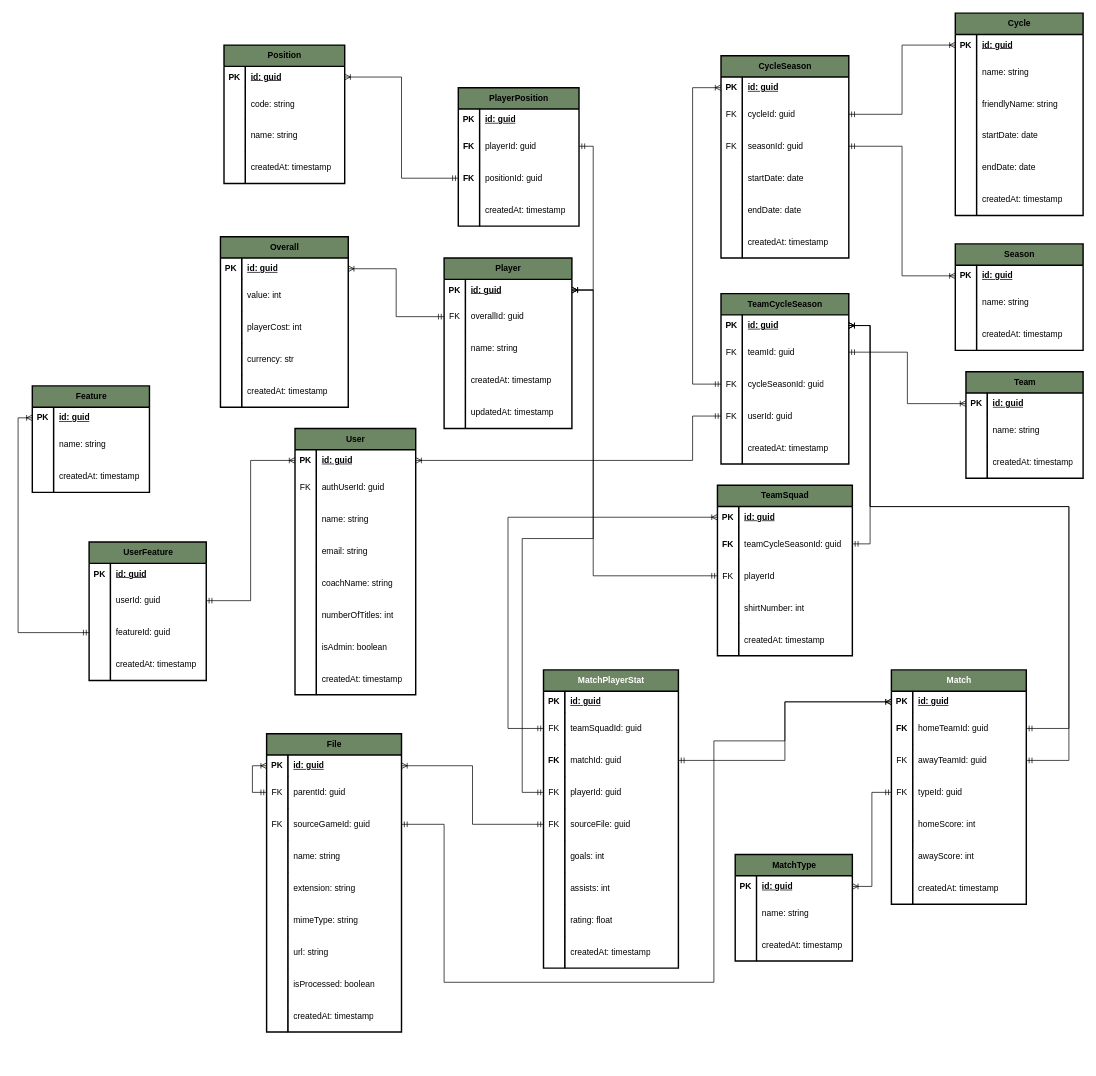
Earlier version of the draw.io diagram database/Database-Diagram.drawio (LucasLeocardo/fifa-league-app). Source tidied: cells renumbered, new cells numbered last; positions are measured from the earlier drawing's top-left corner, leaving out a move shared by most shapes. Both pictures are drawn from the tidied source at 71%, with x=0, y=0 at pixel (32, 13).
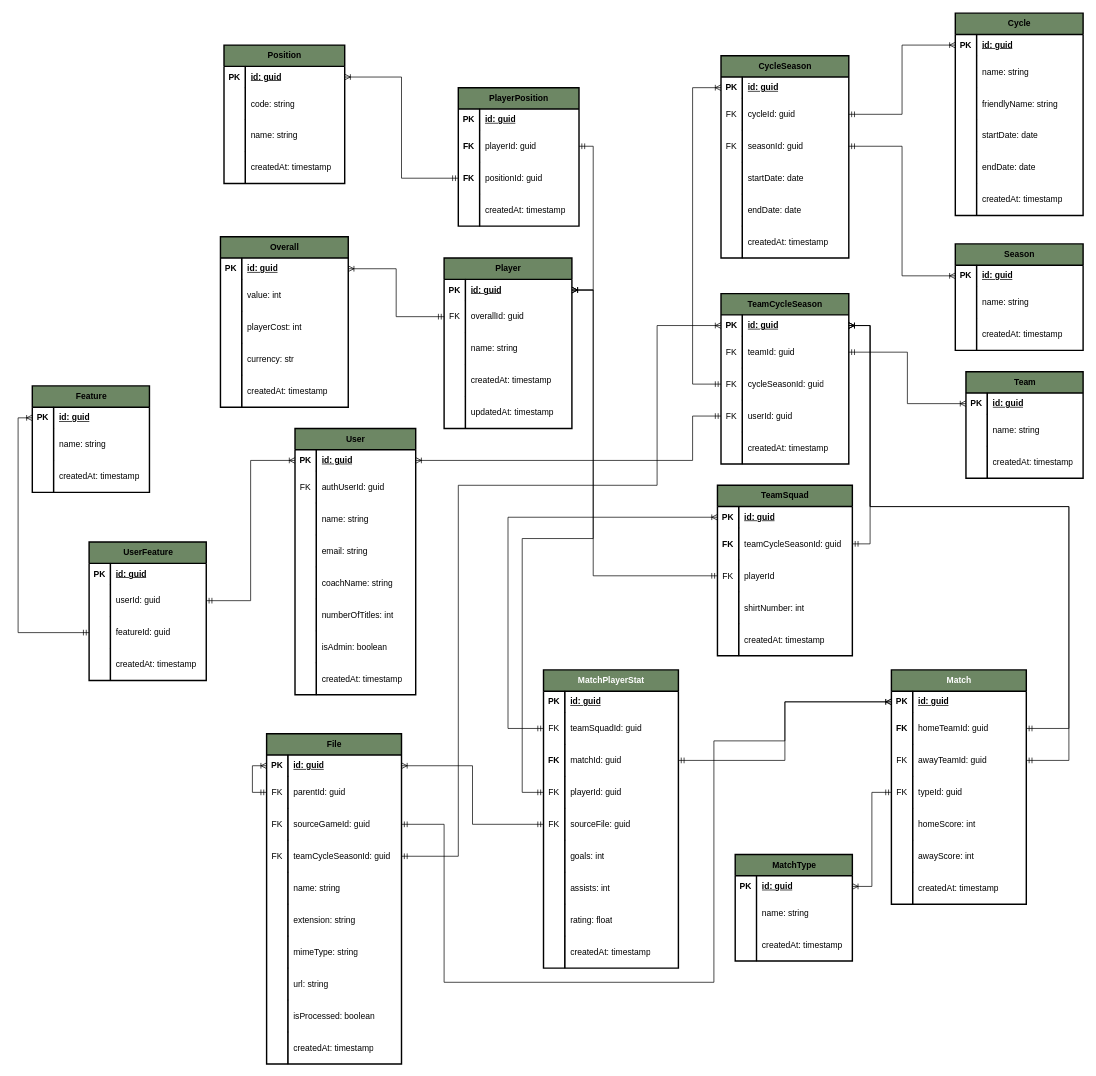
The same diagram, later.

Commit message (it also covers changes not shown here):
Changing database

Unchanged cells that the change refers to:
```xml
<mxCell id="164" style="shape=tableRow;horizontal=0;startSize=0;swimlaneHead=0;swimlaneBody=0;points=[[0,0.5],[1,0.5]];portConstraint=eastwest;bottom=0;fillColor=none;left=0;right=0;top=0;" parent="163" vertex="1">
  <mxGeometry y="30" width="180" height="30" as="geometry" />
</mxCell>
```

The edit, as a diff of the source:
```diff
@@
     <mxCell id="236" value="&lt;font style=&quot;color: light-dark(rgb(0, 0, 0), rgb(255, 255, 255));&quot;&gt;File&lt;/font&gt;" style="shape=table;startSize=30;childLayout=tableLayout;fontStyle=1;align=center;html=1;fillColor=light-dark(#6D8764,#718769);fontColor=#333333;rowLines=0;strokeColor=light-dark(#000000,#959595);strokeWidth=2;" parent="1" vertex="1">
-      <mxGeometry x="330" y="1015" width="190" height="420" as="geometry" />
+      <mxGeometry x="330" y="1015" width="190" height="465" as="geometry" />
     </mxCell>
@@
+    <mxCell id="307" style="shape=tableRow;horizontal=0;startSize=0;swimlaneHead=0;swimlaneBody=0;points=[[0,0.5],[1,0.5]];portConstraint=eastwest;fontStyle=0;bottom=0;fillColor=none;left=0;right=0;top=0;" parent="236" vertex="1">
+      <mxGeometry y="150" width="190" height="45" as="geometry" />
+    </mxCell>
+    <mxCell id="308" value="&lt;span style=&quot;font-weight: normal;&quot;&gt;FK&lt;/span&gt;" style="shape=partialRectangle;fontStyle=1;overflow=hidden;whiteSpace=wrap;html=1;bottom=0;fillColor=none;left=0;right=1;strokeColor=inherit;top=0;" parent="307" vertex="1">
+      <mxGeometry width="30" height="45" as="geometry" />
+    </mxCell>
+    <mxCell id="309" value="&lt;span style=&quot;font-weight: normal;&quot;&gt;teamCycleSeasonId: guid&lt;/span&gt;" style="shape=partialRectangle;align=left;spacingLeft=6;fontStyle=1;overflow=hidden;whiteSpace=wrap;html=1;shadow=0;bottom=0;fillColor=none;left=0;right=0;top=0;" parent="307" vertex="1">
+      <mxGeometry x="30" width="160" height="45" as="geometry" />
+    </mxCell>
     <mxCell id="246" style="shape=tableRow;horizontal=0;startSize=0;swimlaneHead=0;swimlaneBody=0;fontStyle=0;bottom=0;fillColor=none;left=0;right=0;top=0;" parent="236" vertex="1">
-      <mxGeometry y="150" width="190" height="45" as="geometry" />
+      <mxGeometry y="195" width="190" height="45" as="geometry" />
     </mxCell>
@@
     <mxCell id="249" style="shape=tableRow;horizontal=0;startSize=0;swimlaneHead=0;swimlaneBody=0;fontStyle=0;bottom=0;fillColor=none;left=0;right=0;top=0;" parent="236" vertex="1">
-      <mxGeometry y="195" width="190" height="45" as="geometry" />
+      <mxGeometry y="240" width="190" height="45" as="geometry" />
     </mxCell>
@@
     <mxCell id="252" style="shape=tableRow;horizontal=0;startSize=0;swimlaneHead=0;swimlaneBody=0;fontStyle=0;bottom=0;fillColor=none;left=0;right=0;top=0;" parent="236" vertex="1">
-      <mxGeometry y="240" width="190" height="45" as="geometry" />
+      <mxGeometry y="285" width="190" height="45" as="geometry" />
     </mxCell>
@@
     <mxCell id="255" style="shape=tableRow;horizontal=0;startSize=0;swimlaneHead=0;swimlaneBody=0;fontStyle=0;bottom=0;fillColor=none;left=0;right=0;top=0;" parent="236" vertex="1">
-      <mxGeometry y="285" width="190" height="45" as="geometry" />
+      <mxGeometry y="330" width="190" height="45" as="geometry" />
     </mxCell>
@@
     <mxCell id="258" style="shape=tableRow;horizontal=0;startSize=0;swimlaneHead=0;swimlaneBody=0;fontStyle=0;bottom=0;fillColor=none;left=0;right=0;top=0;" parent="236" vertex="1">
-      <mxGeometry y="330" width="190" height="45" as="geometry" />
+      <mxGeometry y="375" width="190" height="45" as="geometry" />
     </mxCell>
@@
     <mxCell id="261" style="shape=tableRow;horizontal=0;startSize=0;swimlaneHead=0;swimlaneBody=0;fontStyle=0;bottom=0;fillColor=none;left=0;right=0;top=0;" parent="236" vertex="1">
-      <mxGeometry y="375" width="190" height="45" as="geometry" />
+      <mxGeometry y="420" width="190" height="45" as="geometry" />
     </mxCell>
@@
+    <mxCell id="310" style="edgeStyle=orthogonalEdgeStyle;rounded=0;jettySize=auto;html=1;endArrow=ERoneToMany;endFill=0;startArrow=ERmandOne;startFill=0;" parent="1" edge="1" source="307" target="164">
+      <mxGeometry relative="1" as="geometry">
+        <Array as="points">
+          <mxPoint x="600" y="1188" />
+          <mxPoint x="600" y="665" />
+          <mxPoint x="880" y="665" />
+          <mxPoint x="880" y="440" />
+        </Array>
+      </mxGeometry>
+    </mxCell>
```
